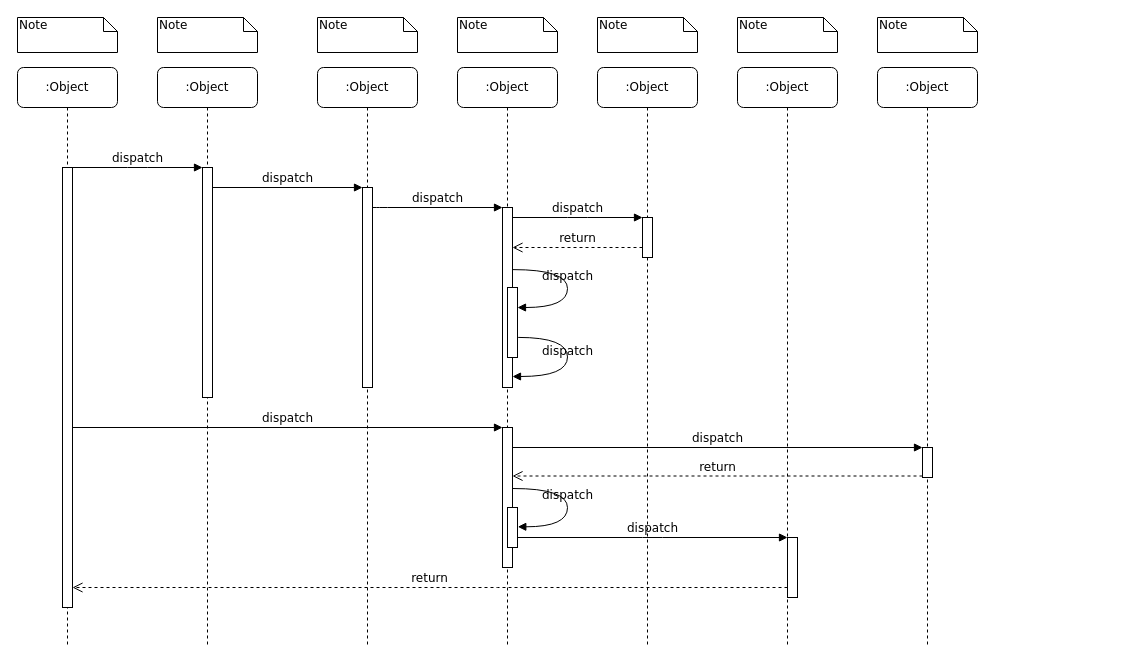
acodetailor/uml keeps this draw.io diagram as event Diagram.drawio. Above is the earlier version. Source tidied: cells renumbered, new cells numbered last; positions are measured from the earlier drawing's top-left corner, leaving out a move shared by most shapes. Both pictures are drawn from the tidied source at 100%, with x=0, y=0 at pixel (17, 17).
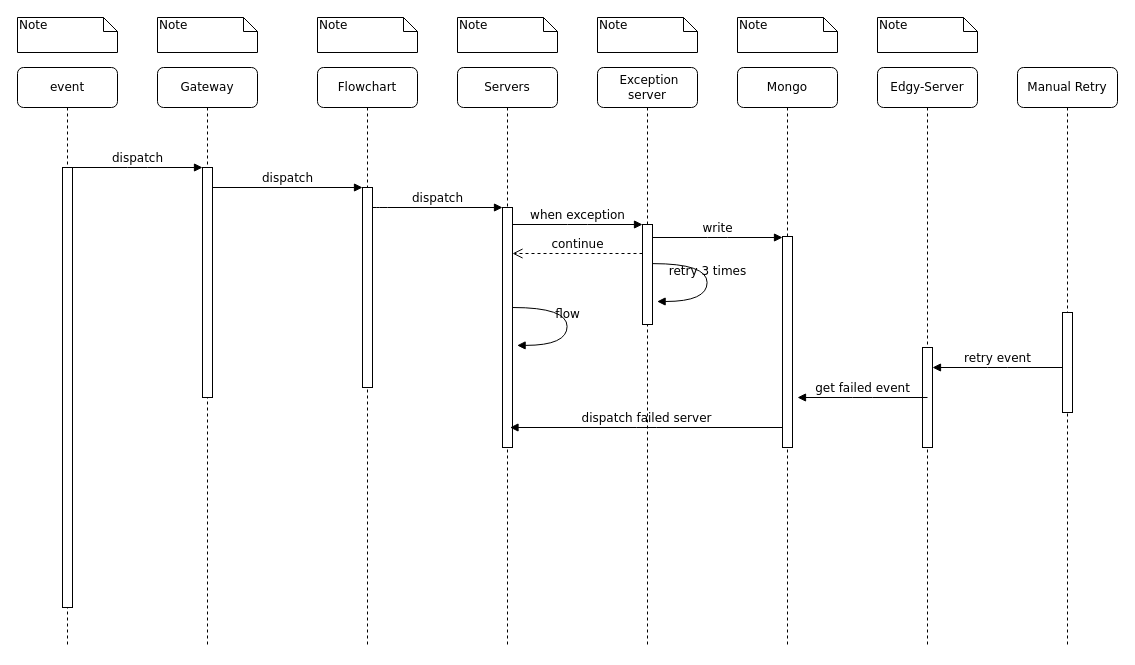
Above is the later version.

The change refers to these unchanged cells:
```xml
<mxCell id="11" style="html=1;points=[];perimeter=orthogonalPerimeter;rounded=0;shadow=0;comic=0;labelBackgroundColor=none;strokeWidth=1;fontFamily=Verdana;fontSize=12;align=center;" parent="10" vertex="1">
  <mxGeometry x="45" y="100" width="10" height="440" as="geometry" />
</mxCell>
```

Diff of the diagram source:
```diff
@@
-    <mxCell id="2" value=":Object" style="shape=umlLifeline;perimeter=lifelinePerimeter;whiteSpace=wrap;html=1;rounded=1;shadow=0;comic=0;labelBackgroundColor=none;strokeWidth=1;fontFamily=Verdana;fontSize=12;align=center;" parent="1" vertex="1">
+    <mxCell id="2" value="Gateway" style="shape=umlLifeline;perimeter=lifelinePerimeter;whiteSpace=wrap;html=1;rounded=1;shadow=0;comic=0;labelBackgroundColor=none;strokeWidth=1;fontFamily=Verdana;fontSize=12;align=center;" parent="1" vertex="1">
       <mxGeometry x="140" y="50" width="100" height="580" as="geometry" />
     </mxCell>
@@
-    <mxCell id="4" value=":Object" style="shape=umlLifeline;perimeter=lifelinePerimeter;whiteSpace=wrap;html=1;rounded=1;shadow=0;comic=0;labelBackgroundColor=none;strokeWidth=1;fontFamily=Verdana;fontSize=12;align=center;" parent="1" vertex="1">
+    <mxCell id="4" value="Flowchart" style="shape=umlLifeline;perimeter=lifelinePerimeter;whiteSpace=wrap;html=1;rounded=1;shadow=0;comic=0;labelBackgroundColor=none;strokeWidth=1;fontFamily=Verdana;fontSize=12;align=center;" parent="1" vertex="1">
       <mxGeometry x="300" y="50" width="100" height="580" as="geometry" />
     </mxCell>
@@
-    <mxCell id="6" value=":Object" style="shape=umlLifeline;perimeter=lifelinePerimeter;whiteSpace=wrap;html=1;rounded=1;shadow=0;comic=0;labelBackgroundColor=none;strokeWidth=1;fontFamily=Verdana;fontSize=12;align=center;" parent="1" vertex="1">
+    <mxCell id="6" value="Servers" style="shape=umlLifeline;perimeter=lifelinePerimeter;whiteSpace=wrap;html=1;rounded=1;shadow=0;comic=0;labelBackgroundColor=none;strokeWidth=1;fontFamily=Verdana;fontSize=12;align=center;" parent="1" vertex="1">
       <mxGeometry x="440" y="50" width="100" height="580" as="geometry" />
     </mxCell>
-    <mxCell id="7" value=":Object" style="shape=umlLifeline;perimeter=lifelinePerimeter;whiteSpace=wrap;html=1;rounded=1;shadow=0;comic=0;labelBackgroundColor=none;strokeWidth=1;fontFamily=Verdana;fontSize=12;align=center;" parent="1" vertex="1">
+    <mxCell id="7" value="&amp;nbsp;Exception server" style="shape=umlLifeline;perimeter=lifelinePerimeter;whiteSpace=wrap;html=1;rounded=1;shadow=0;comic=0;labelBackgroundColor=none;strokeWidth=1;fontFamily=Verdana;fontSize=12;align=center;" parent="1" vertex="1">
       <mxGeometry x="580" y="50" width="100" height="580" as="geometry" />
     </mxCell>
-    <mxCell id="8" value=":Object" style="shape=umlLifeline;perimeter=lifelinePerimeter;whiteSpace=wrap;html=1;rounded=1;shadow=0;comic=0;labelBackgroundColor=none;strokeWidth=1;fontFamily=Verdana;fontSize=12;align=center;" parent="1" vertex="1">
+    <mxCell id="8" value="Mongo" style="shape=umlLifeline;perimeter=lifelinePerimeter;whiteSpace=wrap;html=1;rounded=1;shadow=0;comic=0;labelBackgroundColor=none;strokeWidth=1;fontFamily=Verdana;fontSize=12;align=center;" parent="1" vertex="1">
       <mxGeometry x="720" y="50" width="100" height="580" as="geometry" />
     </mxCell>
+    <mxCell id="39" style="html=1;perimeter=orthogonalPerimeter;rounded=0;shadow=0;comic=0;labelBackgroundColor=none;strokeWidth=1;fontFamily=Verdana;fontSize=12;align=center;" parent="8" vertex="1">
+      <mxGeometry x="45" y="169" width="10" height="211" as="geometry" />
+    </mxCell>
-    <mxCell id="9" value=":Object" style="shape=umlLifeline;perimeter=lifelinePerimeter;whiteSpace=wrap;html=1;rounded=1;shadow=0;comic=0;labelBackgroundColor=none;strokeWidth=1;fontFamily=Verdana;fontSize=12;align=center;" parent="1" vertex="1">
+    <mxCell id="9" value="Edgy-Server" style="shape=umlLifeline;perimeter=lifelinePerimeter;whiteSpace=wrap;html=1;rounded=1;shadow=0;comic=0;labelBackgroundColor=none;strokeWidth=1;fontFamily=Verdana;fontSize=12;align=center;" parent="1" vertex="1">
       <mxGeometry x="860" y="50" width="100" height="580" as="geometry" />
     </mxCell>
+    <mxCell id="40" style="html=1;perimeter=orthogonalPerimeter;rounded=0;shadow=0;comic=0;labelBackgroundColor=none;strokeWidth=1;fontFamily=Verdana;fontSize=12;align=center;" parent="9" vertex="1">
+      <mxGeometry x="45" y="280" width="10" height="100" as="geometry" />
+    </mxCell>
-    <mxCell id="10" value=":Object" style="shape=umlLifeline;perimeter=lifelinePerimeter;whiteSpace=wrap;html=1;rounded=1;shadow=0;comic=0;labelBackgroundColor=none;strokeWidth=1;fontFamily=Verdana;fontSize=12;align=center;" parent="1" vertex="1">
+    <mxCell id="10" value="event" style="shape=umlLifeline;perimeter=lifelinePerimeter;whiteSpace=wrap;html=1;rounded=1;shadow=0;comic=0;labelBackgroundColor=none;strokeWidth=1;fontFamily=Verdana;fontSize=12;align=center;" parent="1" vertex="1">
       <mxGeometry y="50" width="100" height="580" as="geometry" />
     </mxCell>
@@
     <mxCell id="12" style="html=1;points=[];perimeter=orthogonalPerimeter;rounded=0;shadow=0;comic=0;labelBackgroundColor=none;strokeWidth=1;fontFamily=Verdana;fontSize=12;align=center;" parent="1" vertex="1">
-      <mxGeometry x="485" y="190" width="10" height="180" as="geometry" />
+      <mxGeometry x="485" y="190" width="10" height="240" as="geometry" />
     </mxCell>
@@
     <mxCell id="14" style="html=1;points=[];perimeter=orthogonalPerimeter;rounded=0;shadow=0;comic=0;labelBackgroundColor=none;strokeWidth=1;fontFamily=Verdana;fontSize=12;align=center;" parent="1" vertex="1">
-      <mxGeometry x="625" y="200" width="10" height="40" as="geometry" />
+      <mxGeometry x="625" y="207" width="10" height="100" as="geometry" />
     </mxCell>
-    <mxCell id="15" value="dispatch" style="html=1;verticalAlign=bottom;endArrow=block;entryX=0;entryY=0;labelBackgroundColor=none;fontFamily=Verdana;fontSize=12;edgeStyle=elbowEdgeStyle;elbow=vertical;" parent="1" edge="1" source="12" target="14">
+    <mxCell id="15" value="&lt;br&gt;when exception" style="html=1;verticalAlign=bottom;endArrow=block;entryX=0;entryY=0;labelBackgroundColor=none;fontFamily=Verdana;fontSize=12;edgeStyle=elbowEdgeStyle;elbow=vertical;" parent="1" edge="1" source="12" target="14">
       <mxGeometry relative="1" as="geometry" />
     </mxCell>
-    <mxCell id="16" value="return" style="html=1;verticalAlign=bottom;endArrow=open;dashed=1;endSize=8;labelBackgroundColor=none;fontFamily=Verdana;fontSize=12;edgeStyle=elbowEdgeStyle;elbow=vertical;" parent="1" edge="1" source="14" target="12">
+    <mxCell id="16" value="continue" style="html=1;verticalAlign=bottom;endArrow=open;dashed=1;endSize=8;labelBackgroundColor=none;fontFamily=Verdana;fontSize=12;edgeStyle=elbowEdgeStyle;elbow=horizontal;" parent="1" edge="1">
       <mxGeometry relative="1" as="geometry">
+        <mxPoint x="625" y="236" as="sourcePoint" />
+        <mxPoint x="495" y="236" as="targetPoint" />
         <Array as="points">
-          <mxPoint x="570" y="230" />
-          <mxPoint x="600" y="230" />
+          <mxPoint x="570" y="236" />
+          <mxPoint x="600" y="236" />
         </Array>
       </mxGeometry>
     </mxCell>
-    <mxCell id="17" style="html=1;points=[];perimeter=orthogonalPerimeter;rounded=0;shadow=0;comic=0;labelBackgroundColor=none;strokeWidth=1;fontFamily=Verdana;fontSize=12;align=center;" parent="1" vertex="1">
-      <mxGeometry x="485" y="410" width="10" height="140" as="geometry" />
-    </mxCell>
-    <mxCell id="18" value="dispatch" style="html=1;verticalAlign=bottom;endArrow=block;entryX=0;entryY=0;labelBackgroundColor=none;fontFamily=Verdana;fontSize=12;" parent="1" edge="1" source="11" target="17">
-      <mxGeometry relative="1" as="geometry" />
-    </mxCell>
-    <mxCell id="19" style="html=1;points=[];perimeter=orthogonalPerimeter;rounded=0;shadow=0;comic=0;labelBackgroundColor=none;strokeColor=#000000;strokeWidth=1;fillColor=#FFFFFF;fontFamily=Verdana;fontSize=12;fontColor=#000000;align=center;" parent="1" vertex="1">
-      <mxGeometry x="905" y="430" width="10" height="30" as="geometry" />
-    </mxCell>
-    <mxCell id="20" value="dispatch" style="html=1;verticalAlign=bottom;endArrow=block;entryX=0;entryY=0;labelBackgroundColor=none;fontFamily=Verdana;fontSize=12;" parent="1" edge="1" source="17" target="19">
-      <mxGeometry relative="1" as="geometry" />
-    </mxCell>
-    <mxCell id="21" value="return" style="html=1;verticalAlign=bottom;endArrow=open;dashed=1;endSize=8;exitX=0;exitY=0.95;labelBackgroundColor=none;fontFamily=Verdana;fontSize=12;" parent="1" edge="1" source="19" target="17">
-      <mxGeometry relative="1" as="geometry" />
-    </mxCell>
-    <mxCell id="22" style="html=1;points=[];perimeter=orthogonalPerimeter;rounded=0;shadow=0;comic=0;labelBackgroundColor=none;strokeWidth=1;fontFamily=Verdana;fontSize=12;align=center;" parent="1" vertex="1">
-      <mxGeometry x="770" y="520" width="10" height="60" as="geometry" />
-    </mxCell>
-    <mxCell id="23" value="dispatch" style="html=1;verticalAlign=bottom;endArrow=block;entryX=0;entryY=0;labelBackgroundColor=none;fontFamily=Verdana;fontSize=12;edgeStyle=elbowEdgeStyle;elbow=vertical;" parent="1" edge="1" source="30" target="22">
-      <mxGeometry relative="1" as="geometry" />
-    </mxCell>
-    <mxCell id="24" value="return" style="html=1;verticalAlign=bottom;endArrow=open;dashed=1;endSize=8;labelBackgroundColor=none;fontFamily=Verdana;fontSize=12;edgeStyle=elbowEdgeStyle;elbow=vertical;" parent="1" edge="1" source="22" target="11">
-      <mxGeometry relative="1" as="geometry">
-        <Array as="points">
-          <mxPoint x="470" y="570" />
-        </Array>
-      </mxGeometry>
-    </mxCell>
@@
-    <mxCell id="27" style="html=1;points=[];perimeter=orthogonalPerimeter;rounded=0;shadow=0;comic=0;labelBackgroundColor=none;strokeWidth=1;fontFamily=Verdana;fontSize=12;align=center;" parent="1" vertex="1">
-      <mxGeometry x="490" y="270" width="10" height="70" as="geometry" />
-    </mxCell>
-    <mxCell id="28" value="dispatch" style="html=1;verticalAlign=bottom;endArrow=block;labelBackgroundColor=none;fontFamily=Verdana;fontSize=12;elbow=vertical;edgeStyle=orthogonalEdgeStyle;curved=1;entryX=1;entryY=0.286;entryPerimeter=0;exitX=1.038;exitY=0.345;exitPerimeter=0;" parent="1" edge="1" source="12" target="27">
-      <mxGeometry relative="1" as="geometry">
-        <Array as="points">
-          <mxPoint x="550" y="252" />
-          <mxPoint x="550" y="290" />
-        </Array>
-      </mxGeometry>
-    </mxCell>
-    <mxCell id="29" value="dispatch" style="html=1;verticalAlign=bottom;endArrow=block;labelBackgroundColor=none;fontFamily=Verdana;fontSize=12;elbow=vertical;edgeStyle=orthogonalEdgeStyle;curved=1;exitX=1.066;exitY=0.713;exitPerimeter=0;" parent="1" edge="1" source="27">
-      <mxGeometry relative="1" as="geometry">
-        <mxPoint x="495" y="359" as="targetPoint" />
-        <Array as="points">
-          <mxPoint x="550" y="320" />
-          <mxPoint x="550" y="359" />
-        </Array>
-      </mxGeometry>
-    </mxCell>
-    <mxCell id="30" style="html=1;points=[];perimeter=orthogonalPerimeter;rounded=0;shadow=0;comic=0;labelBackgroundColor=none;strokeWidth=1;fontFamily=Verdana;fontSize=12;align=center;" parent="1" vertex="1">
-      <mxGeometry x="490" y="490" width="10" height="40" as="geometry" />
-    </mxCell>
-    <mxCell id="31" value="dispatch" style="html=1;verticalAlign=bottom;endArrow=block;labelBackgroundColor=none;fontFamily=Verdana;fontSize=12;elbow=vertical;edgeStyle=orthogonalEdgeStyle;curved=1;entryX=1;entryY=0.286;entryPerimeter=0;exitX=1.038;exitY=0.345;exitPerimeter=0;" parent="1" edge="1">
-      <mxGeometry relative="1" as="geometry">
-        <mxPoint x="495.3" y="471" as="sourcePoint" />
-        <mxPoint x="500.3" y="509.3" as="targetPoint" />
-        <Array as="points">
-          <mxPoint x="550" y="471" />
-          <mxPoint x="550" y="509" />
-        </Array>
-      </mxGeometry>
-    </mxCell>
@@
+    <mxCell id="41" value="retry 3 times" style="html=1;verticalAlign=bottom;endArrow=block;labelBackgroundColor=none;fontFamily=Verdana;fontSize=12;elbow=vertical;edgeStyle=orthogonalEdgeStyle;curved=1;entryX=1;entryY=0.286;entryPerimeter=0;exitX=1.038;exitY=0.345;exitPerimeter=0;" parent="1" edge="1">
+      <mxGeometry relative="1" as="geometry">
+        <mxPoint x="635" y="246.1" as="sourcePoint" />
+        <mxPoint x="639.6" y="284" as="targetPoint" />
+        <Array as="points">
+          <mxPoint x="689.6" y="246" />
+          <mxPoint x="689.6" y="284" />
+        </Array>
+      </mxGeometry>
+    </mxCell>
+    <mxCell id="42" value="write" style="html=1;verticalAlign=bottom;endArrow=block;entryX=0;entryY=0;labelBackgroundColor=none;fontFamily=Verdana;fontSize=12;edgeStyle=elbowEdgeStyle;elbow=vertical;" parent="1" edge="1">
+      <mxGeometry relative="1" as="geometry">
+        <mxPoint x="635" y="220" as="sourcePoint" />
+        <mxPoint x="765" y="220" as="targetPoint" />
+      </mxGeometry>
+    </mxCell>
+    <mxCell id="43" value="Manual Retry" style="shape=umlLifeline;perimeter=lifelinePerimeter;whiteSpace=wrap;html=1;rounded=1;shadow=0;comic=0;labelBackgroundColor=none;strokeWidth=1;fontFamily=Verdana;fontSize=12;align=center;" parent="1" vertex="1">
+      <mxGeometry x="1000" y="50" width="100" height="580" as="geometry" />
+    </mxCell>
+    <mxCell id="44" style="html=1;perimeter=orthogonalPerimeter;rounded=0;shadow=0;comic=0;labelBackgroundColor=none;strokeWidth=1;fontFamily=Verdana;fontSize=12;align=center;" parent="43" vertex="1">
+      <mxGeometry x="45" y="245" width="10" height="100" as="geometry" />
+    </mxCell>
+    <mxCell id="45" value="retry event" style="html=1;verticalAlign=bottom;endArrow=block;entryX=0;entryY=0;labelBackgroundColor=none;fontFamily=Verdana;fontSize=12;edgeStyle=elbowEdgeStyle;elbow=vertical;" parent="1" edge="1">
+      <mxGeometry relative="1" as="geometry">
+        <mxPoint x="1045" y="350" as="sourcePoint" />
+        <mxPoint x="915" y="350" as="targetPoint" />
+      </mxGeometry>
+    </mxCell>
+    <mxCell id="46" value="dispatch failed server" style="html=1;verticalAlign=bottom;endArrow=block;labelBackgroundColor=none;fontFamily=Verdana;fontSize=12;edgeStyle=elbowEdgeStyle;elbow=vertical;" parent="1" edge="1">
+      <mxGeometry relative="1" as="geometry">
+        <mxPoint x="765.5" y="410" as="sourcePoint" />
+        <mxPoint x="492.5" y="410" as="targetPoint" />
+      </mxGeometry>
+    </mxCell>
+    <mxCell id="47" value="get failed event" style="html=1;verticalAlign=bottom;endArrow=block;entryX=0;entryY=0;labelBackgroundColor=none;fontFamily=Verdana;fontSize=12;edgeStyle=elbowEdgeStyle;elbow=horizontal;" parent="1" edge="1">
+      <mxGeometry relative="1" as="geometry">
+        <mxPoint x="910" y="380" as="sourcePoint" />
+        <mxPoint x="780" y="380" as="targetPoint" />
+      </mxGeometry>
+    </mxCell>
+    <mxCell id="48" value="flow" style="html=1;verticalAlign=bottom;endArrow=block;labelBackgroundColor=none;fontFamily=Verdana;fontSize=12;elbow=vertical;edgeStyle=orthogonalEdgeStyle;curved=1;entryX=1;entryY=0.286;entryPerimeter=0;exitX=1.038;exitY=0.345;exitPerimeter=0;" parent="1" edge="1">
+      <mxGeometry relative="1" as="geometry">
+        <mxPoint x="495" y="290" as="sourcePoint" />
+        <mxPoint x="499.6" y="327.9" as="targetPoint" />
+        <Array as="points">
+          <mxPoint x="549.6" y="289.9" />
+          <mxPoint x="549.6" y="327.9" />
+        </Array>
+      </mxGeometry>
+    </mxCell>
```
